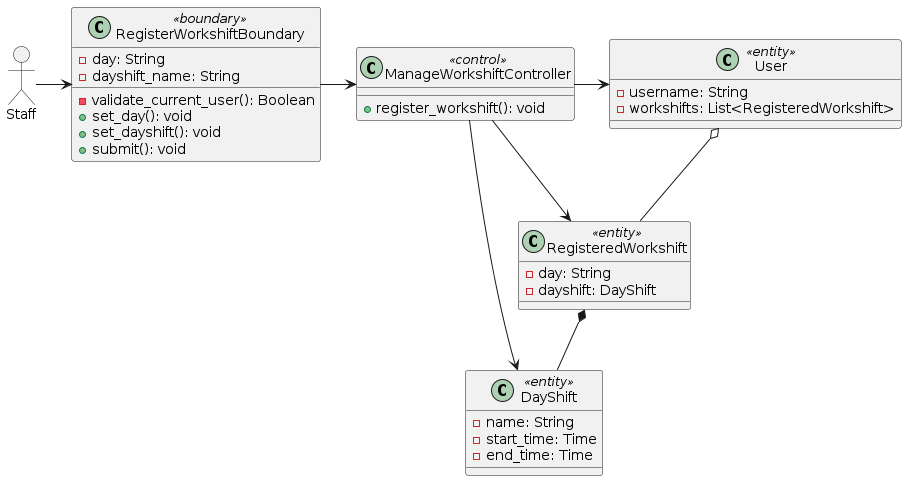
LapTQ/MCT keeps this PlantUML diagram as docs/UML/Class Diagrams/register-workshift.png. Above is the earlier version. The source it was exported from:
```plantuml
@startuml

allowmixing

actor Staff

class RegisterWorkshiftBoundary <<boundary>> {
    - day: String
    - dayshift_name: String

    - validate_current_user(): Boolean
    + set_day(): void
    + set_dayshift(): void
    + submit(): void
}

class ManageWorkshiftController <<control>> {

    + register_workshift(): void
}

class User <<entity>> {
    - username: String
    - workshifts: List<RegisteredWorkshift>
}

class RegisteredWorkshift <<entity>> {
    - day: String
    - dayshift: DayShift
}

class DayShift <<entity>> {
    - name: String
    - start_time: Time
    - end_time: Time
}

Staff -> RegisterWorkshiftBoundary
RegisterWorkshiftBoundary -right-> ManageWorkshiftController
ManageWorkshiftController -right-> User
ManageWorkshiftController -> RegisteredWorkshift
ManageWorkshiftController -> DayShift
User o-- RegisteredWorkshift
RegisteredWorkshift *-- DayShift

@enduml
```
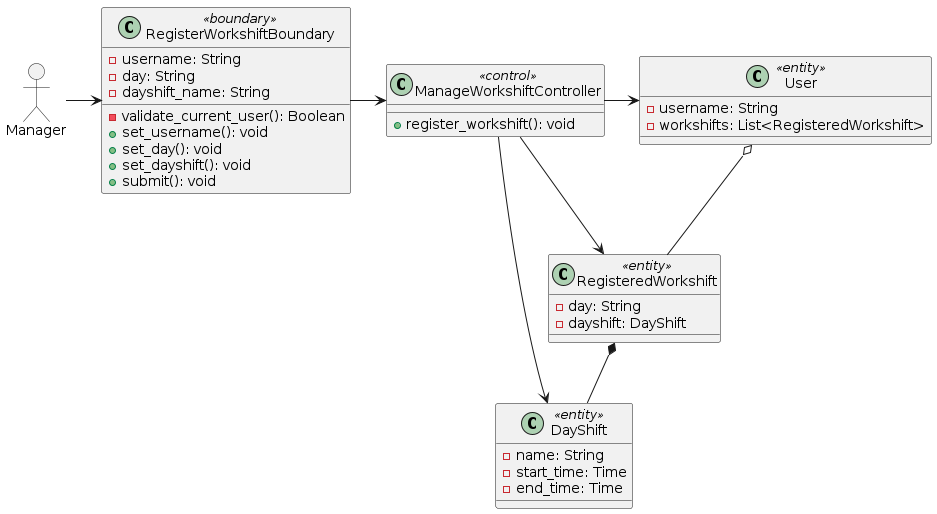
The same file after the commit.

What changed in the source:
```diff
@@ -2,13 +2,15 @@
 
 allowmixing
 
-actor Staff
+actor Manager
 
 class RegisterWorkshiftBoundary <<boundary>> {
+    - username: String
     - day: String
     - dayshift_name: String
 
     - validate_current_user(): Boolean
+    + set_username(): void
     + set_day(): void
     + set_dayshift(): void
     + submit(): void
@@ -35,7 +37,7 @@
     - end_time: Time
 }
 
-Staff -> RegisterWorkshiftBoundary
+Manager -> RegisterWorkshiftBoundary
 RegisterWorkshiftBoundary -right-> ManageWorkshiftController
 ManageWorkshiftController -right-> User
 ManageWorkshiftController -> RegisteredWorkshift
```
